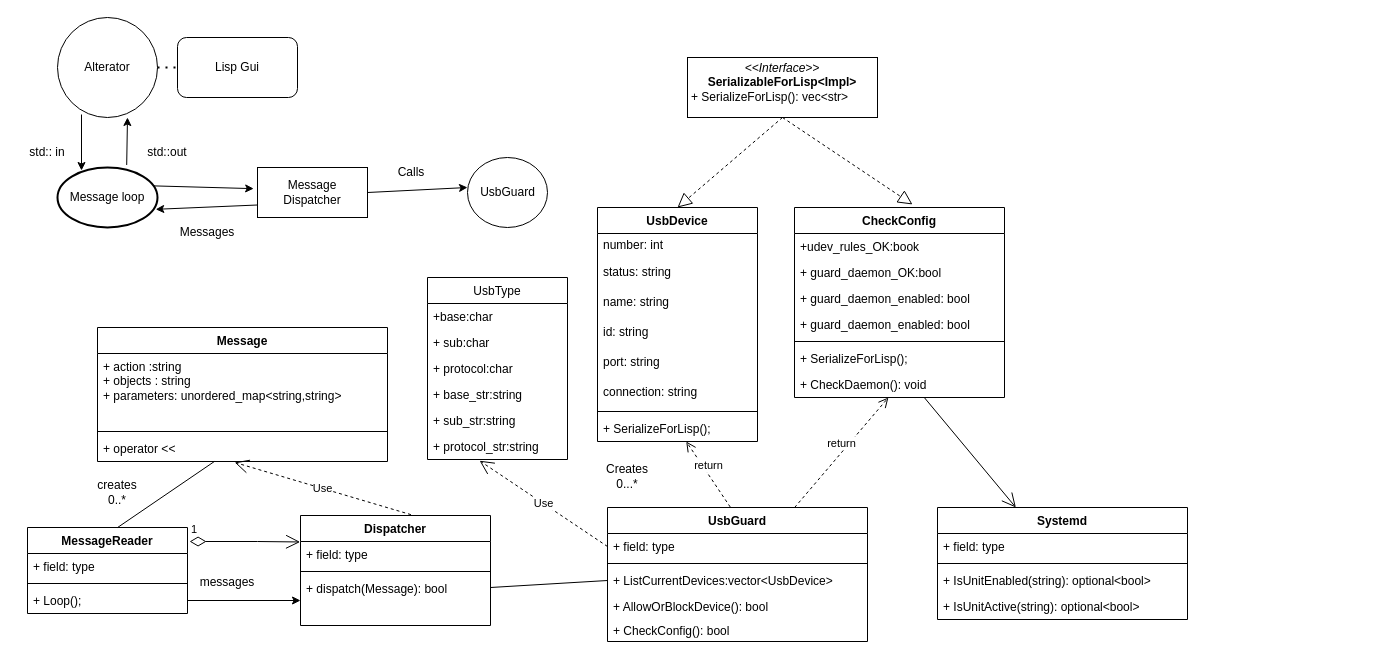
Above: Classes.drawio in 3036662/alterator-usbmount (draw.io), before the change. Source tidied: cells renumbered, new cells numbered last; positions are measured from the earlier drawing's top-left corner, leaving out a move shared by most shapes. Both pictures are drawn from the tidied source at 100%, with x=0, y=0 at pixel (17, 17).
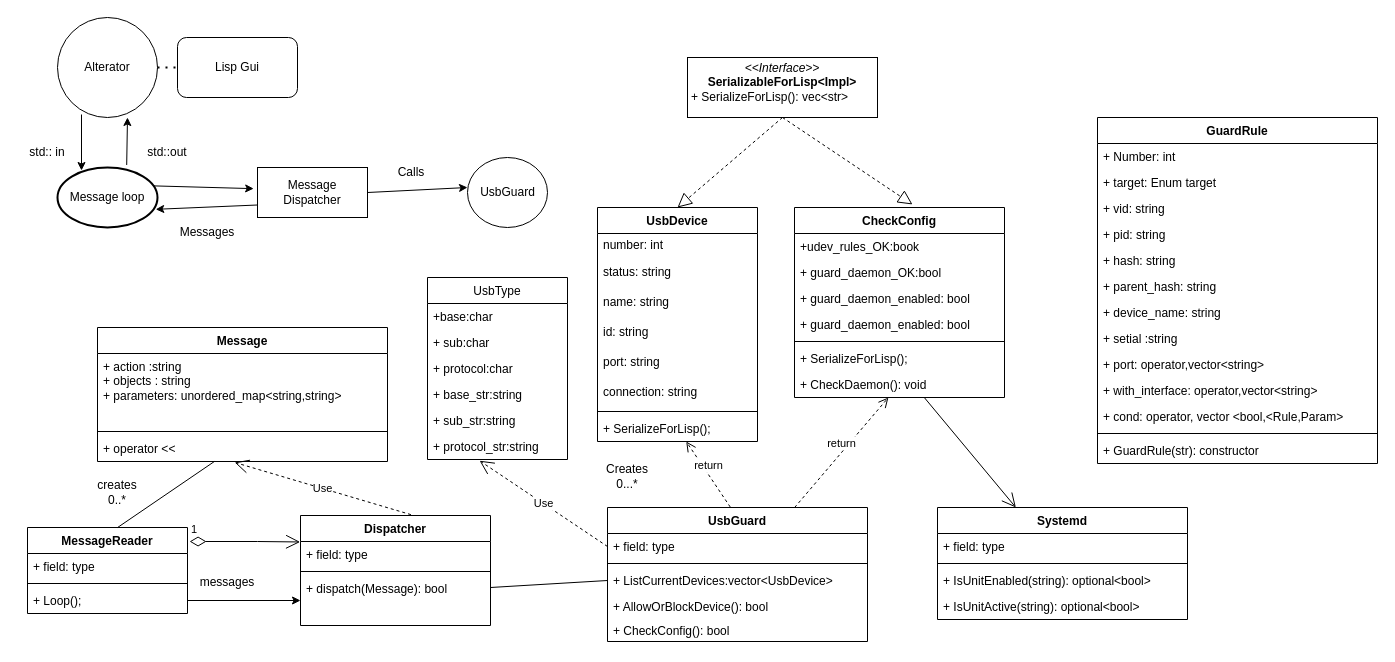
After the change.

Commit message:
add the GuardRule class

What changed in the source:
```diff
@@
+    <mxCell id="80" value="GuardRule" style="swimlane;fontStyle=1;align=center;verticalAlign=top;horizontal=1;startSize=26;" parent="1" vertex="1">
+      <mxGeometry x="1080" y="100" width="280" height="346" as="geometry" />
+    </mxCell>
+    <mxCell id="81" value="+ Number: int" style="text;strokeColor=none;fillColor=none;align=left;verticalAlign=top;spacingLeft=4;spacingRight=4;overflow=hidden;" parent="80" vertex="1">
+      <mxGeometry y="26" width="280" height="26" as="geometry" />
+    </mxCell>
+    <mxCell id="82" value="+ target: Enum target" style="text;strokeColor=none;fillColor=none;align=left;verticalAlign=top;spacingLeft=4;spacingRight=4;overflow=hidden;" parent="80" vertex="1">
+      <mxGeometry y="52" width="280" height="26" as="geometry" />
+    </mxCell>
+    <mxCell id="83" value="+ vid: string" style="text;strokeColor=none;fillColor=none;align=left;verticalAlign=top;spacingLeft=4;spacingRight=4;overflow=hidden;" parent="80" vertex="1">
+      <mxGeometry y="78" width="280" height="26" as="geometry" />
+    </mxCell>
+    <mxCell id="84" value="+ pid: string" style="text;strokeColor=none;fillColor=none;align=left;verticalAlign=top;spacingLeft=4;spacingRight=4;overflow=hidden;" parent="80" vertex="1">
+      <mxGeometry y="104" width="280" height="26" as="geometry" />
+    </mxCell>
+    <mxCell id="85" value="+ hash: string" style="text;strokeColor=none;fillColor=none;align=left;verticalAlign=top;spacingLeft=4;spacingRight=4;overflow=hidden;" parent="80" vertex="1">
+      <mxGeometry y="130" width="280" height="26" as="geometry" />
+    </mxCell>
+    <mxCell id="86" value="+ parent_hash: string" style="text;strokeColor=none;fillColor=none;align=left;verticalAlign=top;spacingLeft=4;spacingRight=4;overflow=hidden;" parent="80" vertex="1">
+      <mxGeometry y="156" width="280" height="26" as="geometry" />
+    </mxCell>
+    <mxCell id="87" value="+ device_name: string" style="text;strokeColor=none;fillColor=none;align=left;verticalAlign=top;spacingLeft=4;spacingRight=4;overflow=hidden;" parent="80" vertex="1">
+      <mxGeometry y="182" width="280" height="26" as="geometry" />
+    </mxCell>
+    <mxCell id="88" value="+ setial :string" style="text;strokeColor=none;fillColor=none;align=left;verticalAlign=top;spacingLeft=4;spacingRight=4;overflow=hidden;" parent="80" vertex="1">
+      <mxGeometry y="208" width="280" height="26" as="geometry" />
+    </mxCell>
+    <mxCell id="89" value="+ port: operator,vector&lt;string&gt;" style="text;strokeColor=none;fillColor=none;align=left;verticalAlign=top;spacingLeft=4;spacingRight=4;overflow=hidden;" parent="80" vertex="1">
+      <mxGeometry y="234" width="280" height="26" as="geometry" />
+    </mxCell>
+    <mxCell id="90" value="+ with_interface: operator,vector&lt;string&gt;" style="text;strokeColor=none;fillColor=none;align=left;verticalAlign=top;spacingLeft=4;spacingRight=4;overflow=hidden;" parent="80" vertex="1">
+      <mxGeometry y="260" width="280" height="26" as="geometry" />
+    </mxCell>
+    <mxCell id="91" value="+ cond: operator, vector &lt;bool,&lt;Rule,Param&gt;" style="text;strokeColor=none;fillColor=none;align=left;verticalAlign=top;spacingLeft=4;spacingRight=4;overflow=hidden;" parent="80" vertex="1">
+      <mxGeometry y="286" width="280" height="26" as="geometry" />
+    </mxCell>
+    <mxCell id="92" style="line;strokeWidth=1;fillColor=none;align=left;verticalAlign=middle;spacingTop=-1;spacingLeft=3;spacingRight=3;labelPosition=right;strokeColor=inherit;" parent="80" vertex="1">
+      <mxGeometry y="312" width="280" height="8" as="geometry" />
+    </mxCell>
+    <mxCell id="93" value="+ GuardRule(str): constructor" style="text;strokeColor=none;fillColor=none;align=left;verticalAlign=top;spacingLeft=4;spacingRight=4;overflow=hidden;" parent="80" vertex="1">
+      <mxGeometry y="320" width="280" height="26" as="geometry" />
+    </mxCell>
```
